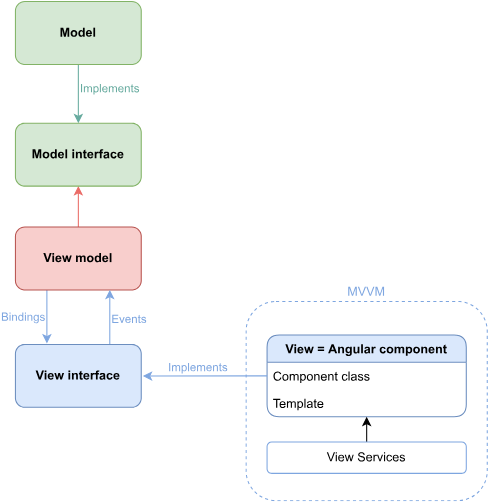
daemonyeen/mvvm2 keeps this draw.io diagram as images/mvvm2-diagram.svg. Above is the earlier version. Source tidied: cells renumbered, new cells last; positions are measured from the earlier drawing's top-left corner, leaving out a move shared by most shapes.
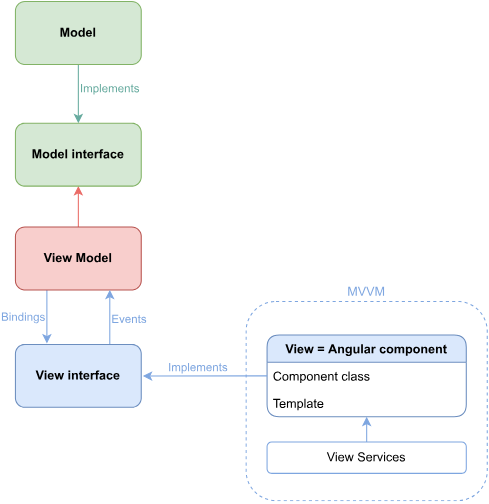
The same diagram one commit later.

What changed in the source:
```diff
@@ -27,7 +27,7 @@
         <mxPoint y="-7" as="offset" />
       </mxGeometry>
     </mxCell>
-    <mxCell id="9" value="View model" style="whiteSpace=wrap;html=1;fillColor=#f8cecc;strokeColor=#b85450;fontStyle=1;startSize=26;rounded=1;fontColor=#000000;" parent="1" vertex="1">
+    <mxCell id="9" value="View Model" style="whiteSpace=wrap;html=1;fillColor=#f8cecc;strokeColor=#b85450;fontStyle=1;startSize=26;rounded=1;fontColor=#000000;" parent="1" vertex="1">
       <mxGeometry y="215" width="120" height="60" as="geometry" />
     </mxCell>
     <mxCell id="10" style="edgeStyle=orthogonalEdgeStyle;curved=1;rounded=0;jettySize=auto;html=1;strokeColor=#67AB9F;entryX=0.5;entryY=0;entryDx=0;entryDy=0;exitX=0.5;exitY=1;exitDx=0;exitDy=0;" parent="1" edge="1" source="18" target="12">
@@ -68,7 +68,7 @@
     <mxCell id="18" value="Model" style="whiteSpace=wrap;html=1;fillColor=#d5e8d4;strokeColor=#82b366;fontStyle=1;startSize=26;rounded=1;glass=0;fontColor=#000000;" parent="1" vertex="1">
       <mxGeometry width="120" height="60" as="geometry" />
     </mxCell>
-    <mxCell id="19" style="edgeStyle=orthogonalEdgeStyle;curved=1;rounded=0;jettySize=auto;html=1;exitX=0.5;exitY=0;exitDx=0;exitDy=0;entryX=0.5;entryY=1;entryDx=0;entryDy=0;" parent="1" edge="1" source="20" target="3">
+    <mxCell id="19" style="edgeStyle=orthogonalEdgeStyle;curved=1;rounded=0;jettySize=auto;html=1;exitX=0.5;exitY=0;exitDx=0;exitDy=0;entryX=0.5;entryY=1;entryDx=0;entryDy=0;strokeColor=#7EA6E0;" parent="1" edge="1" source="20" target="3">
       <mxGeometry relative="1" as="geometry" />
     </mxCell>
     <mxCell id="20" value="View Services" style="whiteSpace=wrap;html=1;fontStyle=0;startSize=26;rounded=1;glass=0;fillColor=default;strokeColor=#7EA6E0;" parent="1" vertex="1">
```
